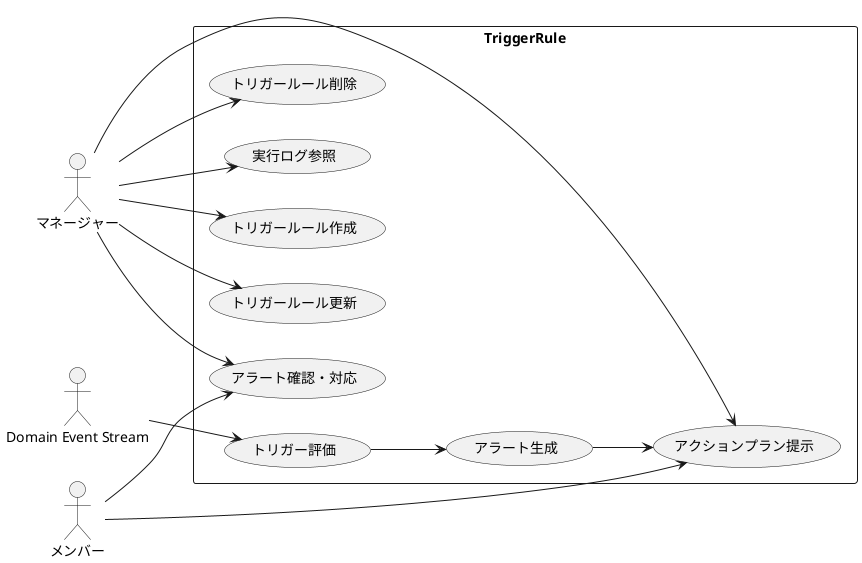
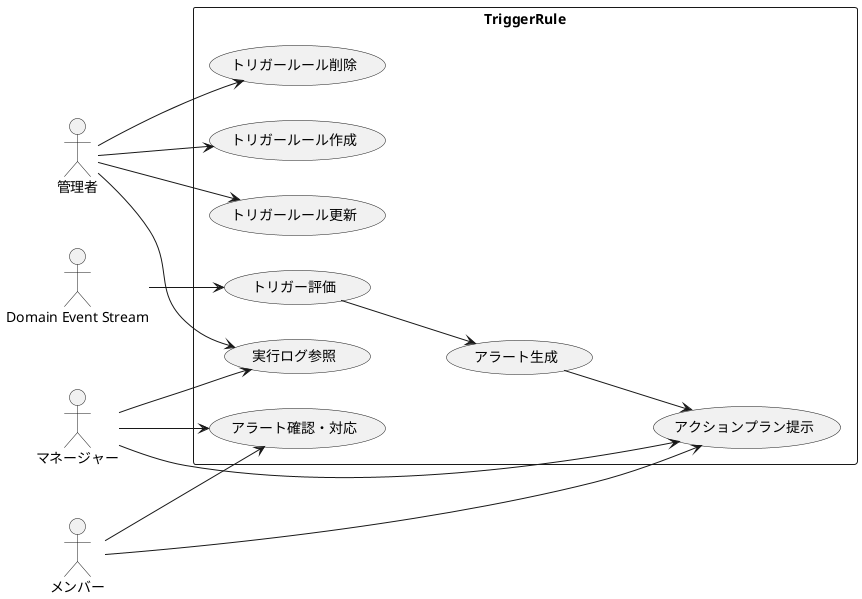
@startuml
left to right direction

+ actor "管理者" as Admin
actor "マネージャー" as Manager
actor "メンバー" as Member
actor "Domain Event Stream" as Event

rectangle "TriggerRule" {

  usecase "トリガールール作成"
  usecase "トリガールール更新"
  usecase "トリガールール削除"

  usecase "トリガー評価"
  usecase "アラート生成"
  usecase "アクションプラン提示"
  usecase "アラート確認・対応"

  usecase "実行ログ参照"

}

- Manager --> "トリガールール作成"
- Manager --> "トリガールール更新"
- Manager --> "トリガールール削除"
+ Admin --> "トリガールール作成"
+ Admin --> "トリガールール更新"
+ Admin --> "トリガールール削除"
+ Admin --> "実行ログ参照"
Manager --> "実行ログ参照"

Event --> "トリガー評価"
"トリガー評価" --> "アラート生成"
"アラート生成" --> "アクションプラン提示"

Manager --> "アクションプラン提示"
Member --> "アクションプラン提示"

Manager --> "アラート確認・対応"
Member --> "アラート確認・対応"

@enduml